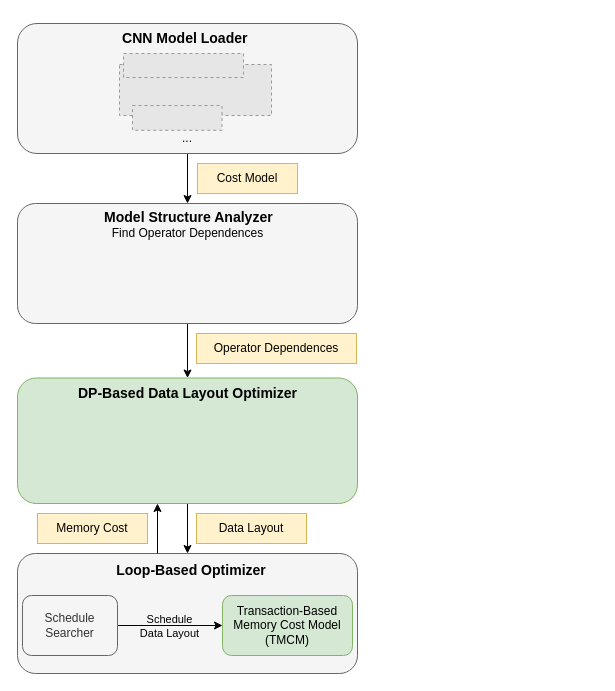
ArmeriaWang/image-sync keeps this draw.io diagram as memex-overview.drawio. Above is the earlier version. Source tidied: cells renumbered, new cells numbered last; positions are measured from the earlier drawing's top-left corner, leaving out a move shared by most shapes. Both pictures are drawn from the tidied source at 100%, with x=0, y=0 at pixel (17, 23). Pictures stored in the file or linked from it are replaced by grey dashed boxes.
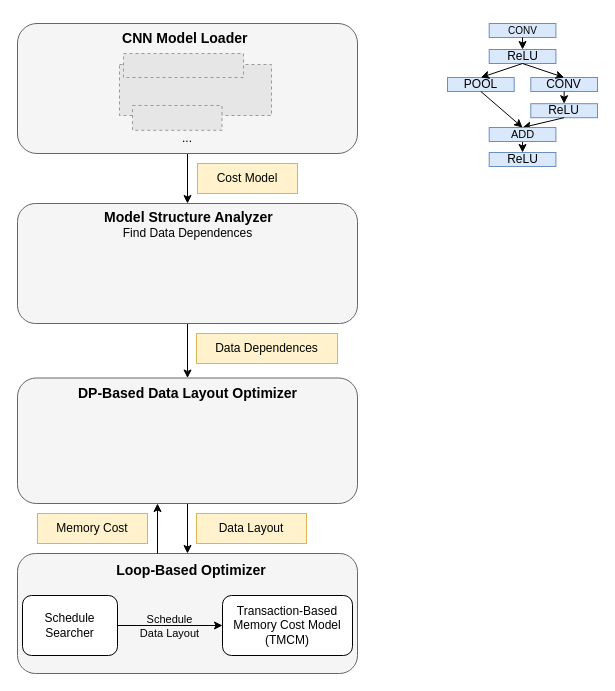
Above is the later version.

The change refers to these unchanged cells:
```xml
<mxCell id="18" style="group;" parent="15" vertex="1">
  <mxGeometry x="5" y="42" width="330" height="60" as="geometry" />
</mxCell>
```

What changed in the source:
```diff
@@
-    <mxCell id="3" style="rounded=1;whiteSpace=wrap;html=1;fillColor=#f5f5f5;fontColor=#333333;strokeColor=#666666;" parent="1" vertex="1">
+    <mxCell id="3" style="rounded=1;whiteSpace=wrap;html=1;fillColor=#f5f5f5;fontColor=#333333;strokeColor=#666666;glass=0;shadow=0;" parent="1" vertex="1">
       <mxGeometry width="340" height="130" as="geometry" />
     </mxCell>
@@
-    <mxCell id="7" style="whiteSpace=wrap;html=1;rounded=1;fillColor=#d5e8d4;strokeColor=#82b366;" parent="1" vertex="1">
+    <mxCell id="7" style="whiteSpace=wrap;html=1;rounded=1;fillColor=#f5f5f5;strokeColor=#666666;fontColor=#333333;" parent="1" vertex="1">
       <mxGeometry y="354.5" width="340" height="125.5" as="geometry" />
     </mxCell>
@@
-    <mxCell id="9" value="Operator Dependences" style="rounded=0;whiteSpace=wrap;html=1;fillColor=#fff2cc;strokeColor=#d6b656;" parent="1" vertex="1">
-      <mxGeometry x="179" y="310" width="160" height="30" as="geometry" />
+    <mxCell id="9" value="Data Dependences" style="rounded=0;whiteSpace=wrap;html=1;fillColor=#fff2cc;strokeColor=#d6b656;" parent="1" vertex="1">
+      <mxGeometry x="179" y="310" width="141" height="30" as="geometry" />
     </mxCell>
@@
-    <mxCell id="13" value="Find Operator Dependences" style="text;strokeColor=none;fillColor=none;align=center;verticalAlign=middle;whiteSpace=wrap;rounded=0;opacity=0;labelBackgroundColor=none;fontSize=12;" parent="1" vertex="1">
+    <mxCell id="13" value="Find Data Dependences" style="text;strokeColor=none;fillColor=none;align=center;verticalAlign=middle;whiteSpace=wrap;rounded=0;opacity=0;labelBackgroundColor=none;fontSize=12;" parent="1" vertex="1">
       <mxGeometry x="79.5" y="200" width="181" height="20" as="geometry" />
     </mxCell>
@@
-    <mxCell id="19" value="Transaction-Based Memory Cost Model (TMCM)" style="whiteSpace=wrap;html=1;rounded=1;fillColor=#d5e8d4;strokeColor=#82b366;" parent="18" vertex="1">
+    <mxCell id="19" value="Transaction-Based Memory Cost Model (TMCM)" style="whiteSpace=wrap;html=1;rounded=1;" parent="18" vertex="1">
       <mxGeometry x="200" width="130" height="60" as="geometry" />
     </mxCell>
@@
-    <mxCell id="22" value="Schedule Searcher" style="whiteSpace=wrap;html=1;rounded=1;fillColor=#f5f5f5;fontColor=#333333;strokeColor=#666666;" parent="18" vertex="1">
+    <mxCell id="22" value="Schedule Searcher" style="whiteSpace=wrap;html=1;rounded=1;" parent="18" vertex="1">
       <mxGeometry width="95" height="60" as="geometry" />
     </mxCell>
@@
+    <mxCell id="29" style="group;fontSize=11;horizontal=1;" parent="1" vertex="1">
+      <mxGeometry x="430" width="150" height="150" as="geometry" />
+    </mxCell>
+    <mxCell id="30" value="CONV" style="rounded=0;whiteSpace=wrap;html=1;fillColor=#dae8fc;strokeColor=#6c8ebf;fontSize=10;" parent="29" vertex="1">
+      <mxGeometry x="41.7" width="66.7" height="14" as="geometry" />
+    </mxCell>
+    <mxCell id="31" value="ReLU" style="rounded=0;whiteSpace=wrap;html=1;fillColor=#dae8fc;strokeColor=#6c8ebf;" parent="29" vertex="1">
+      <mxGeometry x="41.7" y="26" width="66.7" height="14" as="geometry" />
+    </mxCell>
+    <mxCell id="32" style="edgeStyle=orthogonalEdgeStyle;rounded=0;jettySize=auto;html=1;entryX=0.5;entryY=0;entryDx=0;entryDy=0;exitX=0.5;exitY=1;exitDx=0;exitDy=0;" parent="29" edge="1" source="30" target="31">
+      <mxGeometry relative="1" as="geometry" />
+    </mxCell>
+    <mxCell id="33" value="POOL" style="rounded=0;whiteSpace=wrap;html=1;fillColor=#dae8fc;strokeColor=#6c8ebf;" parent="29" vertex="1">
+      <mxGeometry y="54" width="66.7" height="14" as="geometry" />
+    </mxCell>
+    <mxCell id="34" value="CONV" style="rounded=0;whiteSpace=wrap;html=1;fillColor=#dae8fc;strokeColor=#6c8ebf;" parent="29" vertex="1">
+      <mxGeometry x="83.3" y="54" width="66.7" height="14" as="geometry" />
+    </mxCell>
+    <mxCell id="35" style="endArrow=classic;html=1;rounded=0;entryX=0.5;entryY=0;entryDx=0;entryDy=0;exitX=0.5;exitY=1;exitDx=0;exitDy=0;" parent="29" edge="1" source="31" target="33">
+      <mxGeometry relative="1" as="geometry" />
+    </mxCell>
+    <mxCell id="36" style="endArrow=classic;html=1;rounded=0;entryX=0.5;entryY=0;entryDx=0;entryDy=0;exitX=0.5;exitY=1;exitDx=0;exitDy=0;" parent="29" edge="1" source="31" target="34">
+      <mxGeometry relative="1" as="geometry" />
+    </mxCell>
+    <mxCell id="37" value="ReLU" style="rounded=0;whiteSpace=wrap;html=1;fillColor=#dae8fc;strokeColor=#6c8ebf;" parent="29" vertex="1">
+      <mxGeometry x="83.3" y="80.2" width="66.7" height="14" as="geometry" />
+    </mxCell>
+    <mxCell id="38" style="edgeStyle=orthogonalEdgeStyle;rounded=0;jettySize=auto;html=1;exitX=0.5;exitY=1;exitDx=0;exitDy=0;entryX=0.5;entryY=0;entryDx=0;entryDy=0;" parent="29" edge="1" source="34" target="37">
+      <mxGeometry relative="1" as="geometry" />
+    </mxCell>
+    <mxCell id="39" style="endArrow=classic;html=1;rounded=0;exitX=0.5;exitY=1;exitDx=0;exitDy=0;entryX=0.5;entryY=0;entryDx=0;entryDy=0;" parent="29" edge="1" source="37" target="41">
+      <mxGeometry relative="1" as="geometry" />
+    </mxCell>
+    <mxCell id="40" style="edgeStyle=orthogonalEdgeStyle;rounded=0;jettySize=auto;html=1;exitX=0.5;exitY=1;exitDx=0;exitDy=0;entryX=0.5;entryY=0;entryDx=0;entryDy=0;" parent="29" edge="1" source="41" target="42">
+      <mxGeometry relative="1" as="geometry" />
+    </mxCell>
+    <mxCell id="41" value="ADD" style="rounded=0;whiteSpace=wrap;html=1;fillColor=#dae8fc;strokeColor=#6c8ebf;fontSize=11;verticalAlign=middle;" parent="29" vertex="1">
+      <mxGeometry x="41.7" y="104" width="66.7" height="14" as="geometry" />
+    </mxCell>
+    <mxCell id="42" value="ReLU" style="rounded=0;whiteSpace=wrap;html=1;fillColor=#dae8fc;strokeColor=#6c8ebf;" parent="29" vertex="1">
+      <mxGeometry x="41.7" y="129" width="66.7" height="14" as="geometry" />
+    </mxCell>
+    <mxCell id="43" style="endArrow=classic;html=1;rounded=0;entryX=0.5;entryY=0;entryDx=0;entryDy=0;exitX=0.5;exitY=1;exitDx=0;exitDy=0;" parent="29" edge="1" source="33" target="41">
+      <mxGeometry relative="1" as="geometry" />
+    </mxCell>
```
